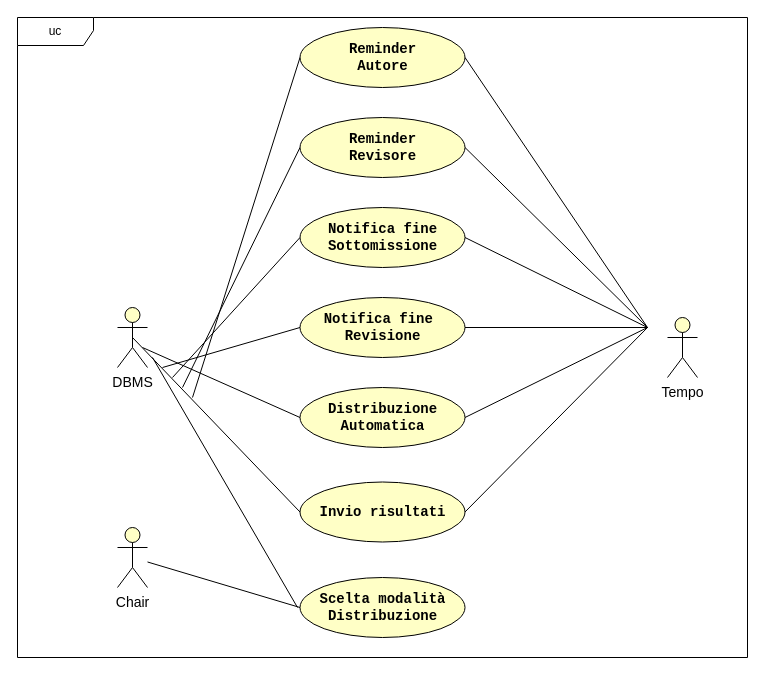
Before: RAD/raw/GestioneScadenze.drawio in Gabro29/IngegneriaSoftware, a draw.io diagram. Source tidied: cells renumbered, new cells numbered last; positions are measured from the earlier drawing's top-left corner, leaving out a move shared by most shapes. Both pictures are drawn from the tidied source at 100%, with x=0, y=0 at pixel (17, 17).
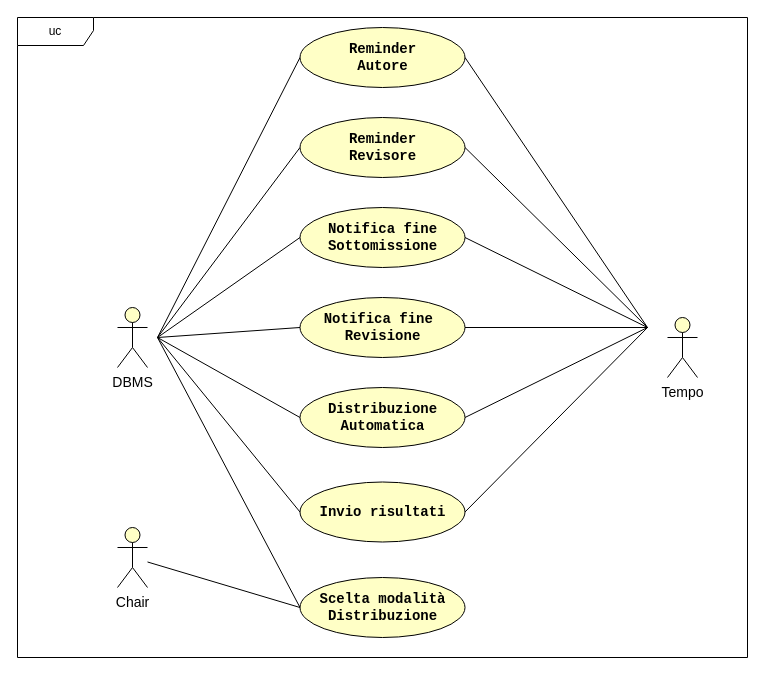
After the change.

Unchanged cells that the change refers to:
```xml
<mxCell id="3" value="&lt;font style=&quot;color: light-dark(rgb(0, 0, 0), rgb(0, 0, 0)); font-size: 14px;&quot;&gt;DBMS&lt;/font&gt;" style="shape=umlActor;verticalLabelPosition=bottom;verticalAlign=top;html=1;outlineConnect=0;strokeColor=light-dark(#000000,#000000);fillColor=light-dark(#FFFFC6,#FDF89C);" parent="1" vertex="1">
  <mxGeometry x="100" y="290" width="30" height="60" as="geometry" />
</mxCell>
<mxCell id="4" value="&lt;font style=&quot;color: light-dark(rgb(0, 0, 0), rgb(9, 9, 9));&quot; face=&quot;Courier New&quot;&gt;&lt;span style=&quot;font-size: 14px;&quot;&gt;&lt;b style=&quot;&quot;&gt;Reminder&lt;/b&gt;&lt;/span&gt;&lt;/font&gt;&lt;div&gt;&lt;font style=&quot;color: light-dark(rgb(0, 0, 0), rgb(9, 9, 9));&quot; face=&quot;Courier New&quot;&gt;&lt;span style=&quot;font-size: 14px;&quot;&gt;&lt;b style=&quot;&quot;&gt;Revisore&lt;/b&gt;&lt;/span&gt;&lt;/font&gt;&lt;/div&gt;" style="ellipse;whiteSpace=wrap;html=1;fillColor=light-dark(#FFFFC6,#FDF89C);strokeColor=light-dark(#000000,#000000);gradientColor=none;" parent="1" vertex="1">
  <mxGeometry x="282.5" y="100" width="165" height="60" as="geometry" />
</mxCell>
<mxCell id="5" value="&lt;font style=&quot;color: light-dark(rgb(0, 0, 0), rgb(9, 9, 9));&quot; face=&quot;Courier New&quot;&gt;&lt;span style=&quot;font-size: 14px;&quot;&gt;&lt;b style=&quot;&quot;&gt;Reminder&lt;/b&gt;&lt;/span&gt;&lt;/font&gt;&lt;div&gt;&lt;font style=&quot;color: light-dark(rgb(0, 0, 0), rgb(9, 9, 9));&quot; face=&quot;Courier New&quot;&gt;&lt;span style=&quot;font-size: 14px;&quot;&gt;&lt;b style=&quot;&quot;&gt;Autore&lt;/b&gt;&lt;/span&gt;&lt;/font&gt;&lt;/div&gt;" style="ellipse;whiteSpace=wrap;html=1;fillColor=light-dark(#FFFFC6,#FDF89C);strokeColor=light-dark(#000000,#000000);" parent="1" vertex="1">
  <mxGeometry x="282.5" y="10" width="165" height="60" as="geometry" />
</mxCell>
<mxCell id="6" value="&lt;font style=&quot;color: light-dark(rgb(0, 0, 0), rgb(9, 9, 9));&quot; face=&quot;Courier New&quot;&gt;&lt;span style=&quot;font-size: 14px;&quot;&gt;&lt;b style=&quot;&quot;&gt;Notifica fine Sottomissione&lt;/b&gt;&lt;/span&gt;&lt;/font&gt;" style="ellipse;whiteSpace=wrap;html=1;fillColor=light-dark(#FFFFC6,#FDF89C);strokeColor=light-dark(#000000,#000000);" parent="1" vertex="1">
  <mxGeometry x="282.5" y="190" width="165" height="60" as="geometry" />
</mxCell>
<mxCell id="7" value="&lt;font face=&quot;Courier New&quot; style=&quot;color: light-dark(rgb(0, 0, 0), rgb(9, 9, 9)); font-size: 14px;&quot;&gt;&lt;b&gt;Notifica fine&amp;nbsp;&lt;/b&gt;&lt;/font&gt;&lt;div&gt;&lt;font face=&quot;Courier New&quot; style=&quot;color: light-dark(rgb(0, 0, 0), rgb(9, 9, 9)); font-size: 14px;&quot;&gt;&lt;b&gt;Revisione&lt;/b&gt;&lt;/font&gt;&lt;/div&gt;" style="ellipse;whiteSpace=wrap;html=1;fillColor=light-dark(#FFFFC6,#FDF89C);strokeColor=light-dark(#000000,#000000);" parent="1" vertex="1">
  <mxGeometry x="282.5" y="280" width="165" height="60" as="geometry" />
</mxCell>
<mxCell id="8" value="&lt;font face=&quot;Courier New&quot; style=&quot;color: light-dark(rgb(0, 0, 0), rgb(9, 9, 9)); font-size: 14px;&quot;&gt;&lt;b style=&quot;&quot;&gt;Scelta modalità Distribuzione&lt;/b&gt;&lt;/font&gt;" style="ellipse;whiteSpace=wrap;html=1;fillColor=light-dark(#FFFFC6,#FDF89C);strokeColor=light-dark(#000000,#000000);" parent="1" vertex="1">
  <mxGeometry x="282.5" y="560" width="165" height="60" as="geometry" />
</mxCell>
<mxCell id="9" value="&lt;font face=&quot;Courier New&quot; style=&quot;color: light-dark(rgb(0, 0, 0), rgb(9, 9, 9)); font-size: 14px;&quot;&gt;&lt;b&gt;Distribuzione&lt;/b&gt;&lt;/font&gt;&lt;div&gt;&lt;font face=&quot;Courier New&quot; style=&quot;color: light-dark(rgb(0, 0, 0), rgb(9, 9, 9)); font-size: 14px;&quot;&gt;&lt;b&gt;Automatica&lt;/b&gt;&lt;/font&gt;&lt;/div&gt;" style="ellipse;whiteSpace=wrap;html=1;fillColor=light-dark(#FFFFC6,#FDF89C);strokeColor=light-dark(#000000,#000000);" parent="1" vertex="1">
  <mxGeometry x="282.5" y="370" width="165" height="60" as="geometry" />
</mxCell>
<mxCell id="10" value="&lt;font face=&quot;Courier New&quot; style=&quot;color: light-dark(rgb(0, 0, 0), rgb(9, 9, 9)); font-size: 14px;&quot;&gt;&lt;b style=&quot;&quot;&gt;Invio risultati&lt;/b&gt;&lt;/font&gt;" style="ellipse;whiteSpace=wrap;html=1;fillColor=light-dark(#FFFFC6,#FDF89C);strokeColor=light-dark(#000000,#000000);" parent="1" vertex="1">
  <mxGeometry x="282.5" y="464.5" width="165" height="60" as="geometry" />
</mxCell>
```

What changed in the source:
```diff
@@
-    <mxCell id="20" style="endArrow=none;html=1;rounded=0;strokeColor=light-dark(#000000,#000000);endFill=0;strokeWidth=1;startSize=6;jumpSize=6;targetPerimeterSpacing=0;endSize=6;entryX=0;entryY=0.5;entryDx=0;entryDy=0;startFill=0;exitX=0.5;exitY=0.5;exitDx=0;exitDy=0;exitPerimeter=0;" parent="1" edge="1" source="3" target="10">
-      <mxGeometry relative="1" as="geometry" />
+    <mxCell id="20" style="endArrow=none;html=1;rounded=0;strokeColor=light-dark(#000000,#000000);endFill=0;strokeWidth=1;startSize=6;jumpSize=6;targetPerimeterSpacing=0;endSize=6;entryX=0;entryY=0.5;entryDx=0;entryDy=0;startFill=0;" parent="1" edge="1" target="10">
+      <mxGeometry relative="1" as="geometry">
+        <mxPoint x="140" y="320" as="sourcePoint" />
+      </mxGeometry>
     </mxCell>
-    <mxCell id="21" style="endArrow=none;html=1;rounded=0;strokeColor=light-dark(#000000,#000000);endFill=0;strokeWidth=1;startSize=6;jumpSize=6;targetPerimeterSpacing=0;endSize=6;entryX=0;entryY=0.5;entryDx=0;entryDy=0;startFill=0;exitX=0.5;exitY=0.5;exitDx=0;exitDy=0;exitPerimeter=0;" parent="1" edge="1" target="9">
+    <mxCell id="21" style="endArrow=none;html=1;rounded=0;strokeColor=light-dark(#000000,#000000);endFill=0;strokeWidth=1;startSize=6;jumpSize=6;targetPerimeterSpacing=0;endSize=6;entryX=0;entryY=0.5;entryDx=0;entryDy=0;startFill=0;" parent="1" edge="1" target="9">
       <mxGeometry relative="1" as="geometry">
-        <mxPoint x="125" y="330" as="sourcePoint" />
+        <mxPoint x="140" y="320" as="sourcePoint" />
       </mxGeometry>
     </mxCell>
-    <mxCell id="22" style="endArrow=none;html=1;rounded=0;strokeColor=light-dark(#000000,#000000);endFill=0;strokeWidth=1;startSize=6;jumpSize=6;targetPerimeterSpacing=0;endSize=6;startFill=0;exitX=0.5;exitY=0.5;exitDx=0;exitDy=0;exitPerimeter=0;" parent="1" edge="1">
+    <mxCell id="22" style="endArrow=none;html=1;rounded=0;strokeColor=light-dark(#000000,#000000);endFill=0;strokeWidth=1;startSize=6;jumpSize=6;targetPerimeterSpacing=0;endSize=6;startFill=0;entryX=0;entryY=0.5;entryDx=0;entryDy=0;" parent="1" edge="1" target="8">
       <mxGeometry relative="1" as="geometry">
-        <mxPoint x="135" y="340" as="sourcePoint" />
-        <mxPoint x="280" y="590" as="targetPoint" />
+        <mxPoint x="140" y="320" as="sourcePoint" />
       </mxGeometry>
     </mxCell>
-    <mxCell id="23" style="endArrow=none;html=1;rounded=0;strokeColor=light-dark(#000000,#000000);endFill=0;strokeWidth=1;startSize=6;jumpSize=6;targetPerimeterSpacing=0;endSize=6;startFill=0;exitX=0.5;exitY=0.5;exitDx=0;exitDy=0;exitPerimeter=0;entryX=0;entryY=0.5;entryDx=0;entryDy=0;" parent="1" edge="1" target="7">
+    <mxCell id="23" style="endArrow=none;html=1;rounded=0;strokeColor=light-dark(#000000,#000000);endFill=0;strokeWidth=1;startSize=6;jumpSize=6;targetPerimeterSpacing=0;endSize=6;startFill=0;entryX=0;entryY=0.5;entryDx=0;entryDy=0;" parent="1" edge="1" target="7">
       <mxGeometry relative="1" as="geometry">
-        <mxPoint x="145" y="350" as="sourcePoint" />
+        <mxPoint x="140" y="320" as="sourcePoint" />
       </mxGeometry>
     </mxCell>
-    <mxCell id="24" style="endArrow=none;html=1;rounded=0;strokeColor=light-dark(#000000,#000000);endFill=0;strokeWidth=1;startSize=6;jumpSize=6;targetPerimeterSpacing=0;endSize=6;startFill=0;exitX=0.5;exitY=0.5;exitDx=0;exitDy=0;exitPerimeter=0;entryX=0;entryY=0.5;entryDx=0;entryDy=0;" parent="1" edge="1" target="6">
+    <mxCell id="24" style="endArrow=none;html=1;rounded=0;strokeColor=light-dark(#000000,#000000);endFill=0;strokeWidth=1;startSize=6;jumpSize=6;targetPerimeterSpacing=0;endSize=6;startFill=0;entryX=0;entryY=0.5;entryDx=0;entryDy=0;" parent="1" edge="1" target="6">
       <mxGeometry relative="1" as="geometry">
-        <mxPoint x="155" y="360" as="sourcePoint" />
+        <mxPoint x="140" y="320" as="sourcePoint" />
       </mxGeometry>
     </mxCell>
-    <mxCell id="25" style="endArrow=none;html=1;rounded=0;strokeColor=light-dark(#000000,#000000);endFill=0;strokeWidth=1;startSize=6;jumpSize=6;targetPerimeterSpacing=0;endSize=6;startFill=0;exitX=0.5;exitY=0.5;exitDx=0;exitDy=0;exitPerimeter=0;entryX=0;entryY=0.5;entryDx=0;entryDy=0;" parent="1" edge="1" target="4">
+    <mxCell id="25" style="endArrow=none;html=1;rounded=0;strokeColor=light-dark(#000000,#000000);endFill=0;strokeWidth=1;startSize=6;jumpSize=6;targetPerimeterSpacing=0;endSize=6;startFill=0;entryX=0;entryY=0.5;entryDx=0;entryDy=0;" parent="1" edge="1" target="4">
       <mxGeometry relative="1" as="geometry">
-        <mxPoint x="165" y="370" as="sourcePoint" />
+        <mxPoint x="140" y="320" as="sourcePoint" />
       </mxGeometry>
     </mxCell>
-    <mxCell id="26" style="endArrow=none;html=1;rounded=0;strokeColor=light-dark(#000000,#000000);endFill=0;strokeWidth=1;startSize=6;jumpSize=6;targetPerimeterSpacing=0;endSize=6;startFill=0;exitX=0.5;exitY=0.5;exitDx=0;exitDy=0;exitPerimeter=0;entryX=0;entryY=0.5;entryDx=0;entryDy=0;" parent="1" edge="1" target="5">
+    <mxCell id="26" style="endArrow=none;html=1;rounded=0;strokeColor=light-dark(#000000,#000000);endFill=0;strokeWidth=1;startSize=6;jumpSize=6;targetPerimeterSpacing=0;endSize=6;startFill=0;entryX=0;entryY=0.5;entryDx=0;entryDy=0;" parent="1" edge="1" target="5">
       <mxGeometry relative="1" as="geometry">
-        <mxPoint x="175" y="380" as="sourcePoint" />
+        <mxPoint x="140" y="320" as="sourcePoint" />
       </mxGeometry>
     </mxCell>
```
